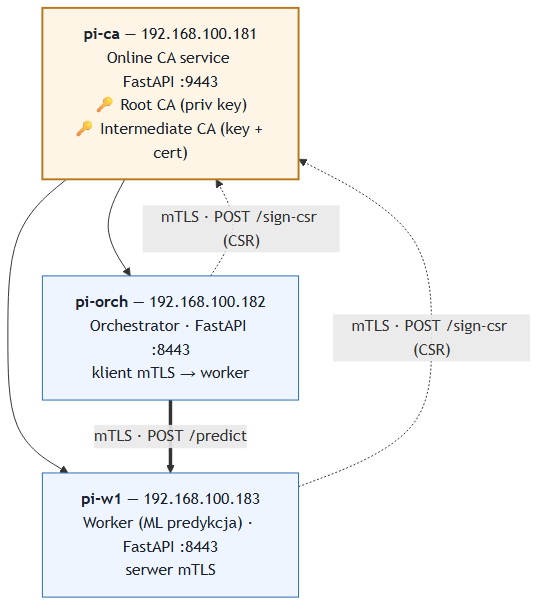
Above: docs/architecture.png in plpabla/rpi-cluster (Mermaid), before the change. Its source is kept beside it as docs/architecture.mmd.
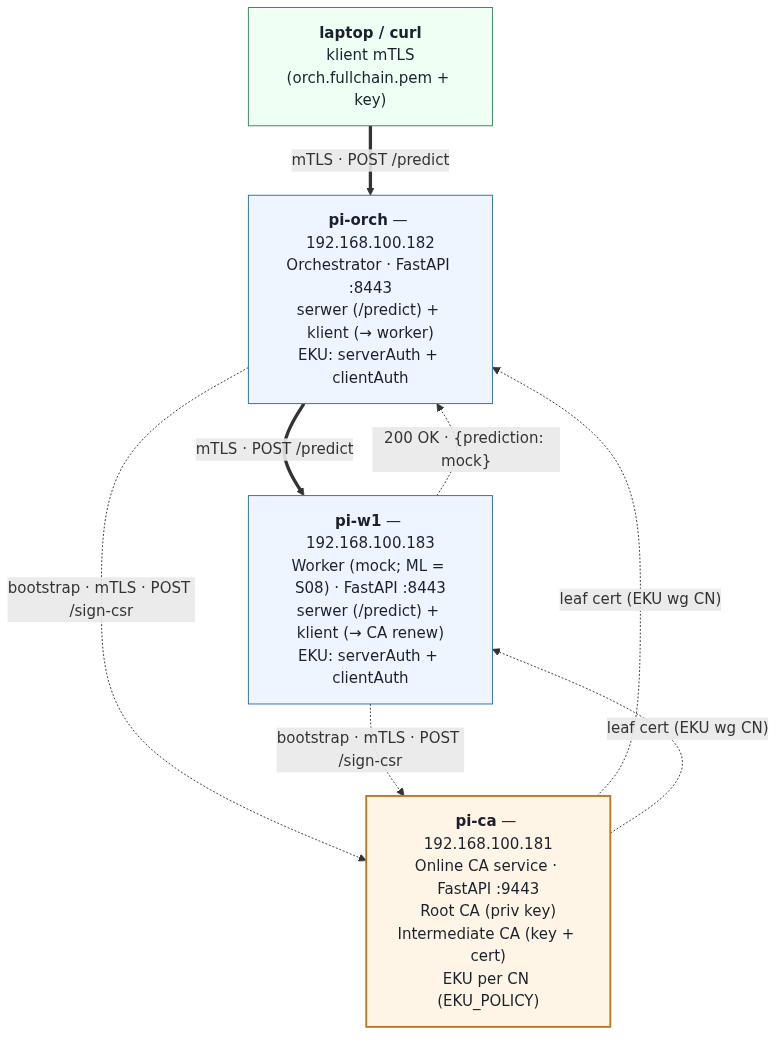
After the change.

The edit, as a diff of the source:
```diff
@@ -1,17 +1,21 @@
 flowchart TD
     classDef node fill:#eef5ff,stroke:#2b6cb0,stroke-width:1px,color:#1a202c;
     classDef ca   fill:#fff5e6,stroke:#b7791f,stroke-width:2px,color:#1a202c;
+    classDef ext  fill:#f0fff4,stroke:#2f855a,stroke-width:1px,color:#1a202c;
 
-    pica["<b>pi-ca</b> — 192.168.100.181<br/>Online CA service <br/>FastAPI :9443<br/>🔑 Root CA (priv key)<br/>🔑 Intermediate CA (key + cert)"]:::ca
+    laptop["<b>laptop / curl</b><br/>klient mTLS<br/>(orch.fullchain.pem + key)"]:::ext
 
-    orch["<b>pi-orch</b> — 192.168.100.182<br/>Orchestrator · FastAPI :8443<br/>klient mTLS → worker"]:::node
+    pica["<b>pi-ca</b> — 192.168.100.181<br/>Online CA service · FastAPI :9443<br/>Root CA (priv key)<br/>Intermediate CA (key + cert)<br/>EKU per CN (EKU_POLICY)"]:::ca
 
-    w1["<b>pi-w1</b> — 192.168.100.183<br/>Worker (ML predykcja) · FastAPI :8443<br/>serwer mTLS"]:::node
+    orch["<b>pi-orch</b> — 192.168.100.182<br/>Orchestrator · FastAPI :8443<br/>serwer (/predict) + klient (→ worker)<br/>EKU: serverAuth + clientAuth"]:::node
 
-    pica --> orch
-    pica --> w1
+    w1["<b>pi-w1</b> — 192.168.100.183<br/>Worker (mock; ML = S08) · FastAPI :8443<br/>serwer (/predict) + klient (→ CA renew)<br/>EKU: serverAuth + clientAuth"]:::node
 
-    orch -. "mTLS · POST /sign-csr (CSR)" .-> pica
-    w1   -. "mTLS · POST /sign-csr (CSR)" .-> pica
+    laptop == "mTLS · POST /predict" ==> orch
+    orch   == "mTLS · POST /predict" ==> w1
+    w1     -. "200 OK · {prediction: mock}" .-> orch
 
-    orch == "mTLS · POST /predict" ==> w1
+    orch -. "bootstrap · mTLS · POST /sign-csr" .-> pica
+    w1   -. "bootstrap · mTLS · POST /sign-csr" .-> pica
+    pica -. "leaf cert (EKU wg CN)" .-> orch
+    pica -. "leaf cert (EKU wg CN)" .-> w1
```
